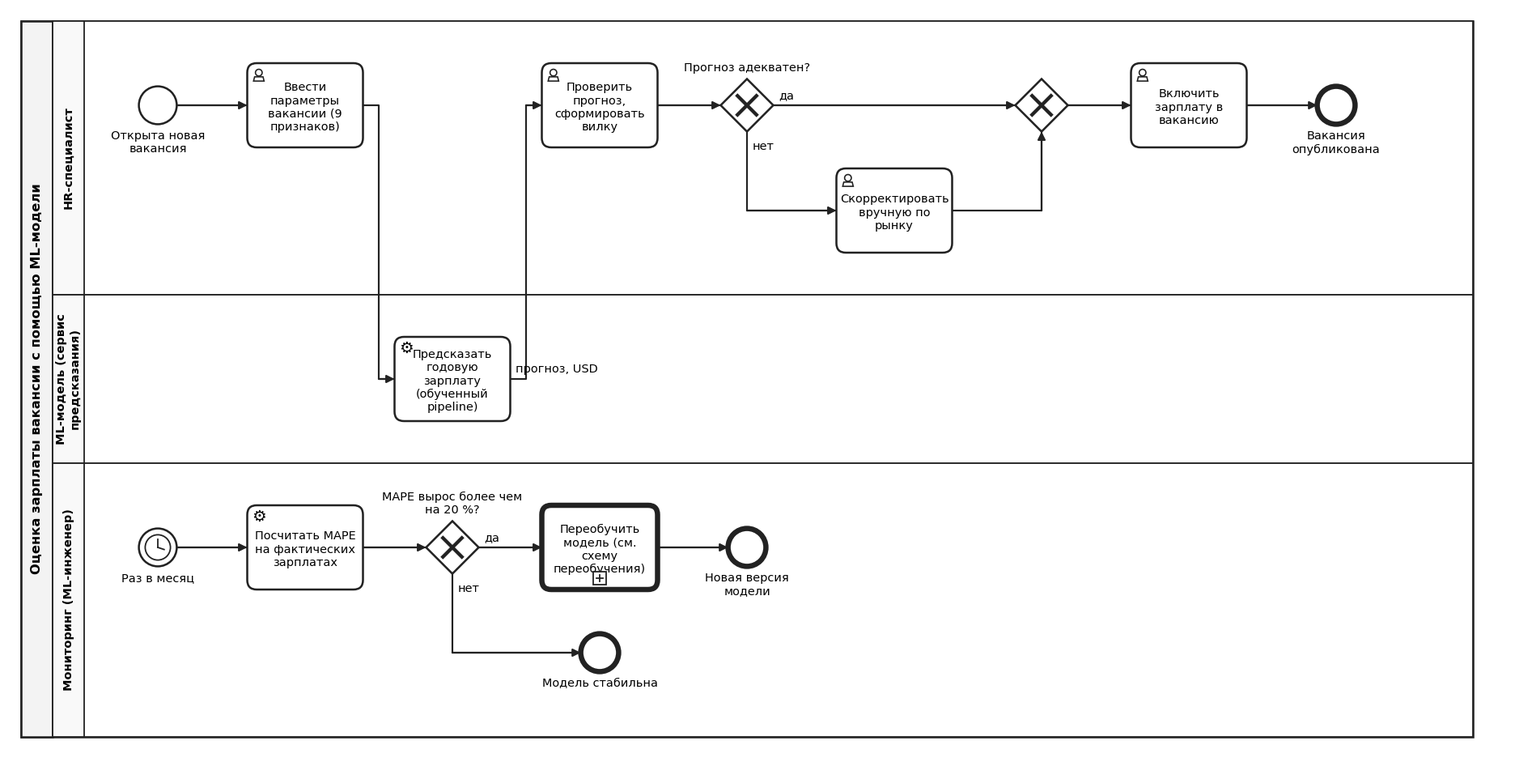
Earlier version of the BPMN export diagrams/Model_BPMN.png (sultanovailsiya-rgb/job_salary_prediction). Its source is kept beside it as diagrams/Model_BPMN.bpmn. Ids are renumbered.
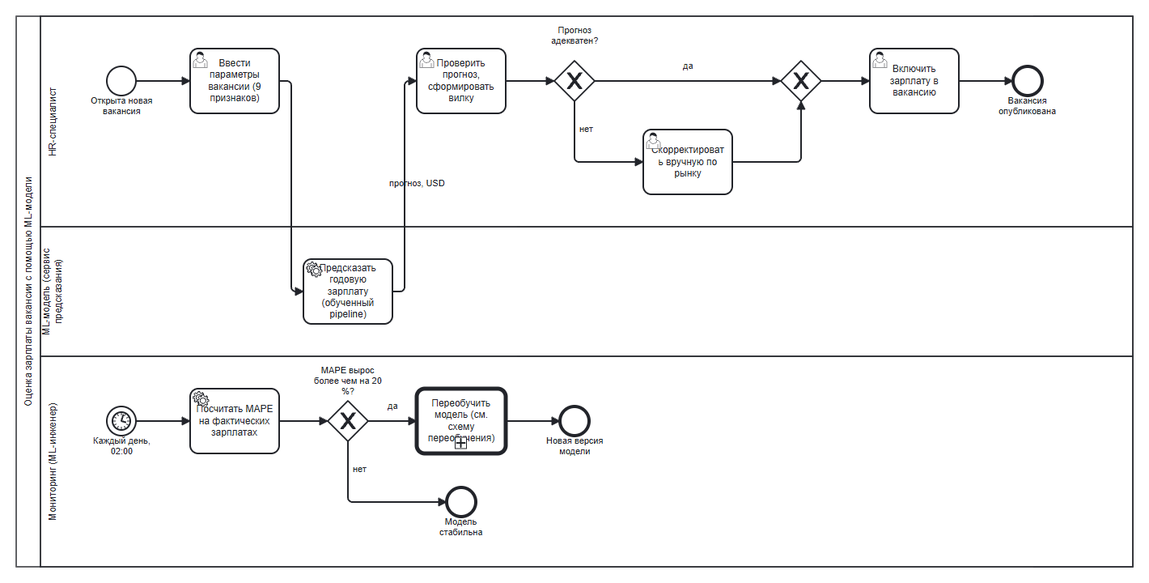
After the commit.

Diff of the diagram source:
```diff
@@ -35,7 +35,7 @@
     <bpmn:exclusiveGateway id="g1m" name="" />
     <bpmn:userTask id="t5" name="Включить зарплату в вакансию" />
     <bpmn:endEvent id="e1" name="Вакансия опубликована" />
-    <bpmn:startEvent id="s2" name="Раз в месяц"><bpmn:timerEventDefinition /></bpmn:startEvent>
+    <bpmn:startEvent id="s2" name="Каждый день, 02:00"><bpmn:timerEventDefinition /></bpmn:startEvent>
     <bpmn:serviceTask id="m1" name="Посчитать MAPE на фактических зарплатах" />
     <bpmn:exclusiveGateway id="g2" name="MAPE вырос более чем на 20 %?" />
     <bpmn:callActivity id="m2" name="Переобучить модель (см. схему переобучения)" />
```
